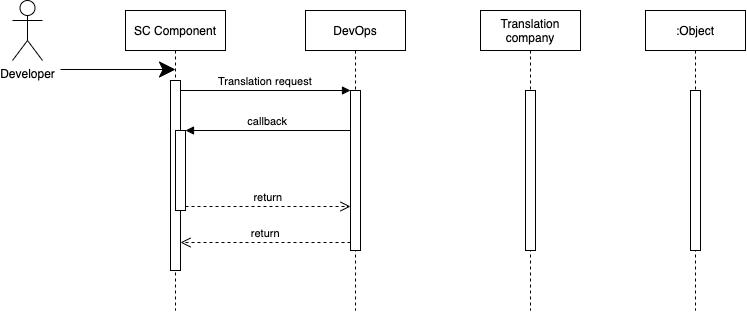
The draw.io diagram zDifferent/SC/Translation.drawio.png in smitbmx/Architecture-Diagrams, before a commit. Source tidied: cells renumbered, new cells last; positions are measured from the earlier drawing's top-left corner, leaving out a move shared by most shapes.
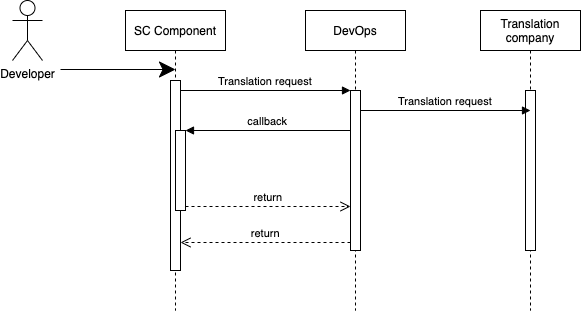
After the commit.

Diff of the diagram source:
```diff
@@ -35,12 +35,12 @@
     <mxCell id="12" style="perimeter=orthogonalPerimeter;rounded=0;shadow=0;strokeWidth=1;" parent="11" vertex="1">
       <mxGeometry x="45" y="80" width="10" height="160" as="geometry" />
     </mxCell>
-    <mxCell id="13" value=":Object" style="shape=umlLifeline;perimeter=lifelinePerimeter;rounded=0;shadow=0;strokeWidth=1;" parent="1" vertex="1">
-      <mxGeometry x="633" y="10" width="100" height="300" as="geometry" />
-    </mxCell>
-    <mxCell id="14" style="perimeter=orthogonalPerimeter;rounded=0;shadow=0;strokeWidth=1;" parent="13" vertex="1">
-      <mxGeometry x="45" y="80" width="10" height="160" as="geometry" />
-    </mxCell>
+    <mxCell id="17" value="Translation request" style="verticalAlign=bottom;endArrow=block;entryX=0;entryY=0;shadow=0;strokeWidth=1;" parent="11" edge="1">
+      <mxGeometry relative="1" as="geometry">
+        <mxPoint x="-120" y="100" as="sourcePoint" />
+        <mxPoint x="50" y="100" as="targetPoint" />
+      </mxGeometry>
+    </mxCell>
     <mxCell id="15" value="Developer" style="shape=umlActor;verticalLabelPosition=bottom;verticalAlign=top;html=1;hachureGap=4;" parent="1" vertex="1">
       <mxGeometry width="30" height="60" as="geometry" />
     </mxCell>
```
